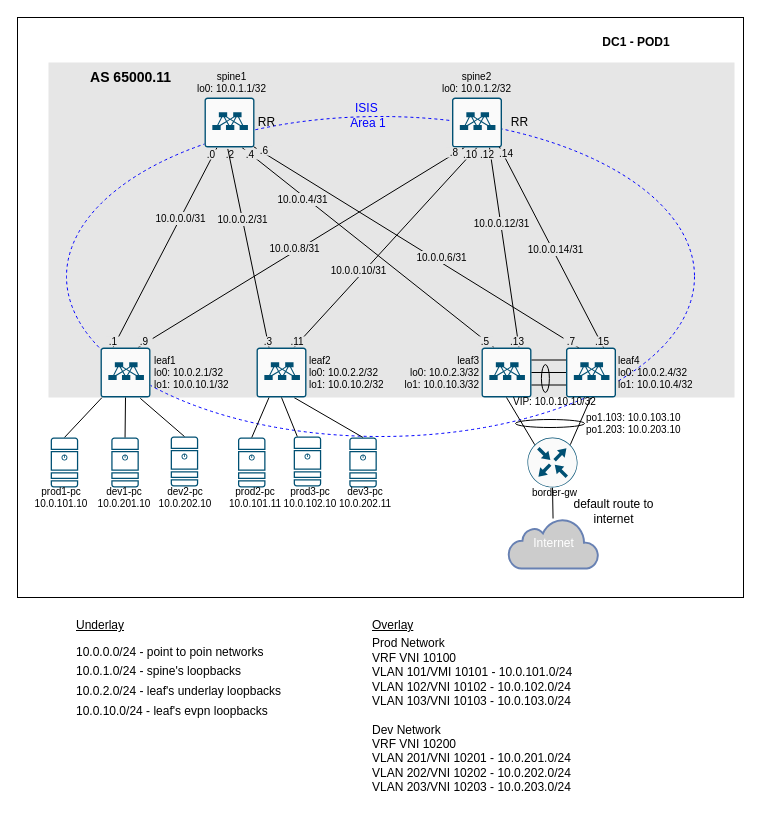
Earlier version of the draw.io diagram page "EVPN VxLAN L3 MLAG" (8 of 9) of DC-Network.drawio (anburtsev/otus-dc-network-design). Source tidied: cells renumbered, new cells numbered last; positions are measured from the earlier drawing's top-left corner, leaving out a move shared by most shapes. Both pictures are drawn from the tidied source at 100%, with x=0, y=0 at pixel (17, 17).
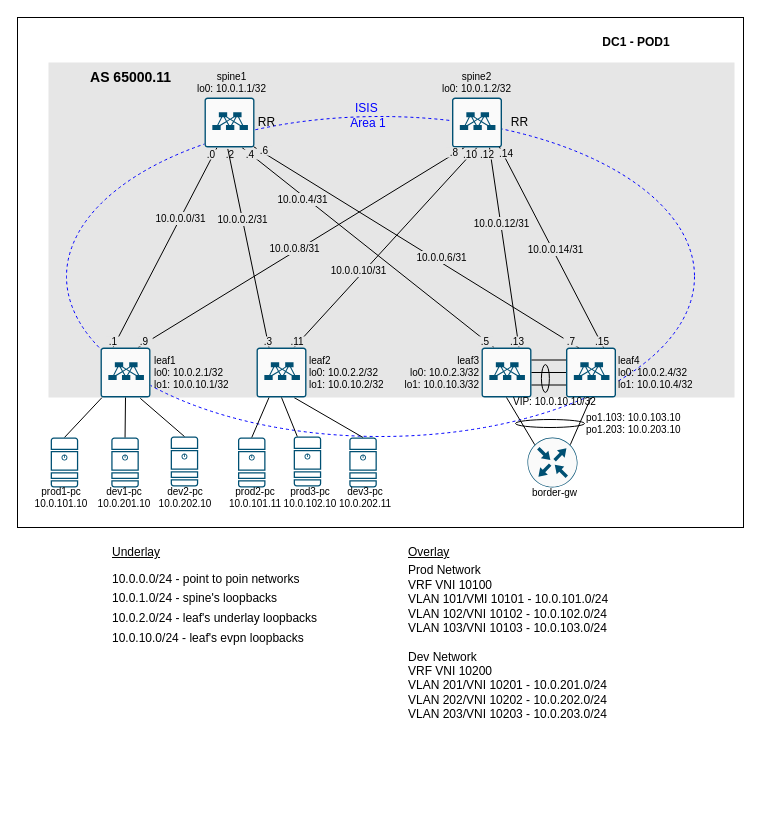
After the change.

Unchanged cells that the change refers to:
```xml
<mxCell id="85" style="sketch=0;points=[[0.5,0,0],[1,0.5,0],[0.5,1,0],[0,0.5,0],[0.145,0.145,0],[0.8555,0.145,0],[0.855,0.8555,0],[0.145,0.855,0]];verticalLabelPosition=bottom;html=1;verticalAlign=top;align=center;shape=mxgraph.cisco19.rect;prIcon=router;fillColor=#FAFAFA;strokeColor=#005073;" parent="1" vertex="1">
  <mxGeometry x="510" y="420" width="50" height="50" as="geometry" />
</mxCell>
```

The edit, as a diff of the source:
```diff
@@
     <mxCell id="2" style="rounded=0;whiteSpace=wrap;html=1;fillColor=none;" parent="1" vertex="1">
-      <mxGeometry width="726" height="580" as="geometry" />
+      <mxGeometry width="726" height="510" as="geometry" />
     </mxCell>
@@
     <mxCell id="41" value="10.0.0.0/24 - point to poin networks" style="text;html=1;strokeColor=none;fillColor=none;align=left;verticalAlign=middle;whiteSpace=wrap;rounded=0;" parent="1" vertex="1">
-      <mxGeometry x="57" y="620" width="210" height="30" as="geometry" />
+      <mxGeometry x="93" y="547" width="210" height="30" as="geometry" />
     </mxCell>
     <mxCell id="42" value="10.0.1.0/24 - spine's loopbacks" style="text;html=1;strokeColor=none;fillColor=none;align=left;verticalAlign=middle;whiteSpace=wrap;rounded=0;" parent="1" vertex="1">
-      <mxGeometry x="57" y="639" width="210" height="30" as="geometry" />
+      <mxGeometry x="93" y="566" width="210" height="30" as="geometry" />
     </mxCell>
     <mxCell id="43" value="10.0.2.0/24 - leaf's underlay loopbacks" style="text;html=1;strokeColor=none;fillColor=none;align=left;verticalAlign=middle;whiteSpace=wrap;rounded=0;" parent="1" vertex="1">
-      <mxGeometry x="57" y="659" width="210" height="30" as="geometry" />
+      <mxGeometry x="93" y="586" width="210" height="30" as="geometry" />
     </mxCell>
@@
     <mxCell id="51" value="Overlay" style="text;html=1;align=left;verticalAlign=middle;fillColor=none;strokeColor=none;rounded=0;fontStyle=4;" parent="1" vertex="1">
-      <mxGeometry x="353.2" y="593" width="60" height="30" as="geometry" />
+      <mxGeometry x="389.2" y="520" width="60" height="30" as="geometry" />
     </mxCell>
     <mxCell id="52" value="Prod Network &lt;br&gt;VRF VNI 10100&lt;br&gt;&lt;span style=&quot;&quot;&gt;&#9;&lt;/span&gt;&lt;span style=&quot;&quot;&gt;&#9;&lt;/span&gt;VLAN 101/VMI 10101 - 10.0.101.0/24&lt;br&gt;&lt;span style=&quot;&quot;&gt;&#9;&lt;/span&gt;&lt;span style=&quot;&quot;&gt;&#9;&lt;/span&gt;VLAN 102/VNI 10102 - 10.0.102.0/24&lt;br&gt;VLAN 103/VNI 10103 - 10.0.103.0/24&lt;br&gt;&lt;br&gt;Dev Network &lt;br&gt;VRF VNI 10200&lt;br&gt;VLAN 201/VNI 10201 - 10.0.201.0/24&lt;br&gt;VLAN 202/VNI 10202 - 10.0.202.0/24&lt;br&gt;VLAN 203/VNI 10203 - 10.0.203.0/24" style="text;html=1;align=left;verticalAlign=middle;fillColor=none;strokeColor=none;rounded=0;" parent="1" vertex="1">
-      <mxGeometry x="353.2" y="613" width="220" height="170" as="geometry" />
+      <mxGeometry x="389.2" y="540" width="220" height="170" as="geometry" />
     </mxCell>
     <mxCell id="53" value="Underlay" style="text;html=1;align=left;verticalAlign=middle;fillColor=none;strokeColor=none;rounded=0;fontStyle=4;" parent="1" vertex="1">
-      <mxGeometry x="56.8" y="593" width="70" height="30" as="geometry" />
+      <mxGeometry x="92.8" y="520" width="70" height="30" as="geometry" />
     </mxCell>
@@
-    <mxCell id="84" style="rounded=0;jettySize=auto;html=1;exitX=0.5;exitY=1;exitDx=0;exitDy=0;exitPerimeter=0;endArrow=none;endFill=0;" parent="1" edge="1" source="85" target="92">
-      <mxGeometry relative="1" as="geometry" />
-    </mxCell>
@@
     <mxCell id="90" value="10.0.10.0/24 - leaf's evpn loopbacks" style="text;html=1;strokeColor=none;fillColor=none;align=left;verticalAlign=middle;whiteSpace=wrap;rounded=0;" parent="1" vertex="1">
-      <mxGeometry x="57" y="679" width="210" height="30" as="geometry" />
+      <mxGeometry x="93" y="606" width="210" height="30" as="geometry" />
     </mxCell>
@@
-    <mxCell id="92" value="Internet" style="html=1;outlineConnect=0;fillColor=#CCCCCC;strokeColor=#6881B3;gradientColor=none;gradientDirection=north;strokeWidth=2;shape=mxgraph.networks.cloud;fontColor=#ffffff;" parent="1" vertex="1">
-      <mxGeometry x="491" y="501" width="90" height="50" as="geometry" />
-    </mxCell>
@@
-    <mxCell id="94" value="default route to internet" style="text;html=1;strokeColor=none;fillColor=none;align=center;verticalAlign=middle;whiteSpace=wrap;rounded=0;" parent="1" vertex="1">
-      <mxGeometry x="549" y="486" width="95" height="15" as="geometry" />
-    </mxCell>
```
